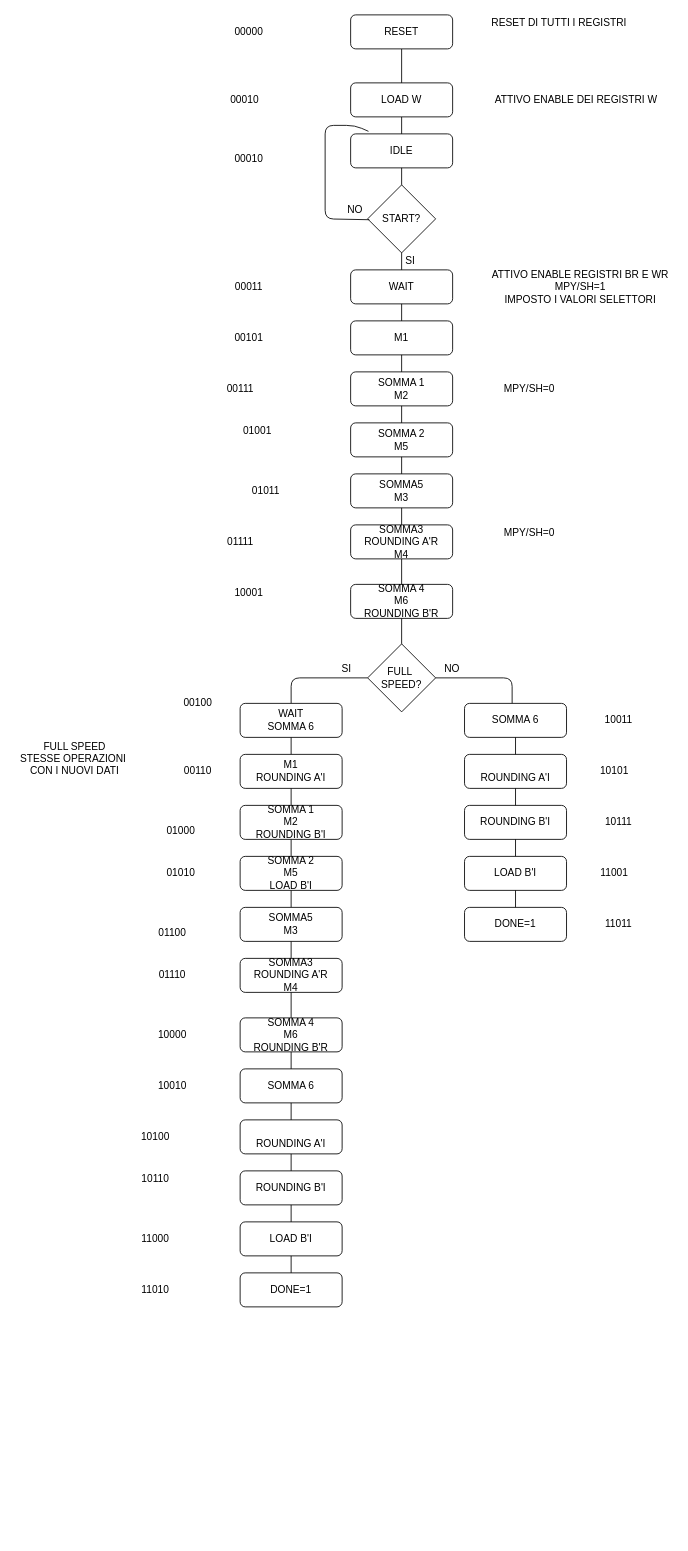
The draw.io diagram butterfly/drawio/pallogramma butterfly.drawio in wackozz/SDI_20_21, before the edit. Source tidied: cells renumbered, new cells numbered last; positions are measured from the earlier drawing's top-left corner, leaving out a move shared by most shapes. Both pictures are drawn from the tidied source at 85%, with x=0, y=0 at pixel (14, 14).
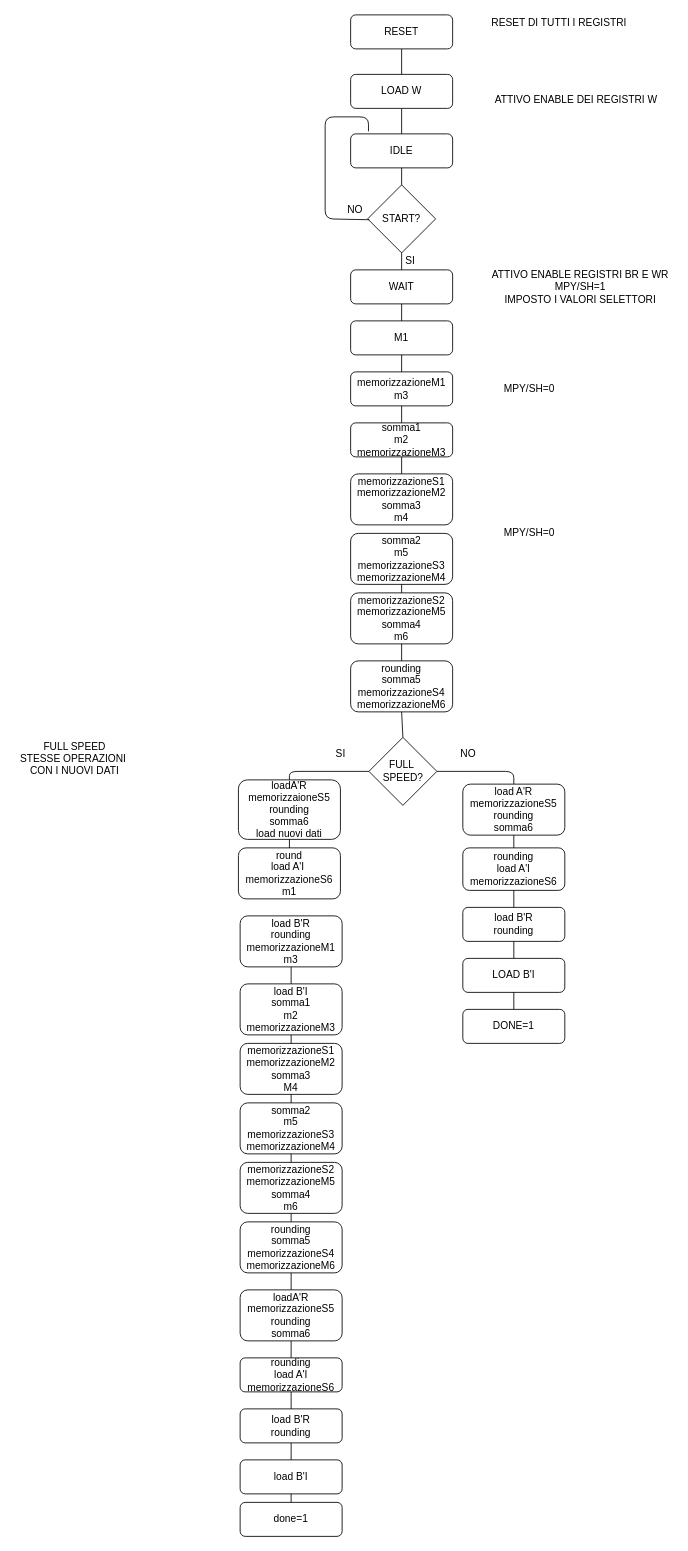
Above is the later version.

Unchanged cells that the change refers to:
```xml
<mxCell id="2" value="IDLE" style="rounded=1;whiteSpace=wrap;html=1;" parent="1" vertex="1">
  <mxGeometry x="395" y="140" width="120" height="40" as="geometry" />
</mxCell>
<mxCell id="5" value="NO" style="text;html=1;align=center;verticalAlign=middle;points=[];" parent="1" vertex="1">
  <mxGeometry x="385" y="220" width="30" height="20" as="geometry" />
</mxCell>
```

The edit, as a diff of the source:
```diff
@@
-    <mxCell id="12" value="SOMMA 1&lt;br&gt;M2" style="rounded=1;whiteSpace=wrap;html=1;" parent="1" vertex="1">
+    <mxCell id="12" value="memorizzazioneM1&lt;br&gt;m3" style="rounded=1;whiteSpace=wrap;html=1;" parent="1" vertex="1">
       <mxGeometry x="395" y="420" width="120" height="40" as="geometry" />
     </mxCell>
-    <mxCell id="13" value="SOMMA 2&lt;br&gt;M5" style="rounded=1;whiteSpace=wrap;html=1;" parent="1" vertex="1">
+    <mxCell id="13" value="somma1&lt;br&gt;m2&lt;br&gt;memorizzazioneM3" style="rounded=1;whiteSpace=wrap;html=1;" parent="1" vertex="1">
       <mxGeometry x="395" y="480" width="120" height="40" as="geometry" />
     </mxCell>
@@
-    <mxCell id="15" value="SOMMA5&lt;br&gt;M3" style="rounded=1;whiteSpace=wrap;html=1;" parent="1" vertex="1">
-      <mxGeometry x="395" y="540" width="120" height="40" as="geometry" />
+    <mxCell id="15" value="memorizzazioneS1&lt;br&gt;memorizzazioneM2&lt;br&gt;somma3&lt;br&gt;m4" style="rounded=1;whiteSpace=wrap;html=1;" parent="1" vertex="1">
+      <mxGeometry x="395" y="540" width="120" height="60" as="geometry" />
     </mxCell>
@@
-    <mxCell id="17" value="SOMMA3&lt;br&gt;ROUNDING A'R&lt;br&gt;M4" style="rounded=1;whiteSpace=wrap;html=1;" parent="1" vertex="1">
-      <mxGeometry x="395" y="600" width="120" height="40" as="geometry" />
+    <mxCell id="17" value="somma2&lt;br&gt;m5&lt;br&gt;memorizzazioneS3&lt;br&gt;memorizzazioneM4" style="rounded=1;whiteSpace=wrap;html=1;" parent="1" vertex="1">
+      <mxGeometry x="395" y="610" width="120" height="60" as="geometry" />
     </mxCell>
@@
-    <mxCell id="19" value="SOMMA 4&lt;br&gt;M6&lt;br&gt;ROUNDING B'R" style="rounded=1;whiteSpace=wrap;html=1;" parent="1" vertex="1">
-      <mxGeometry x="395" y="670" width="120" height="40" as="geometry" />
+    <mxCell id="19" value="memorizzazioneS2&lt;br&gt;memorizzazioneM5&lt;br&gt;somma4&lt;br&gt;m6" style="rounded=1;whiteSpace=wrap;html=1;" parent="1" vertex="1">
+      <mxGeometry x="395" y="680" width="120" height="60" as="geometry" />
     </mxCell>
@@
-    <mxCell id="21" style="endArrow=none;html=1;exitX=0.5;exitY=1;exitDx=0;exitDy=0;" parent="1" edge="1" source="19" target="22">
-      <mxGeometry relative="1" as="geometry" />
-    </mxCell>
     <mxCell id="22" value="FULL&amp;nbsp;&lt;br&gt;SPEED?" style="rhombus;whiteSpace=wrap;html=1;" parent="1" vertex="1">
-      <mxGeometry x="415" y="740" width="80" height="80" as="geometry" />
+      <mxGeometry x="416.5" y="850" width="80" height="80" as="geometry" />
     </mxCell>
-    <mxCell id="23" style="endArrow=none;html=1;entryX=0;entryY=0.5;entryDx=0;entryDy=0;" parent="1" edge="1" target="22">
+    <mxCell id="23" style="endArrow=none;html=1;entryX=0;entryY=0.5;entryDx=0;entryDy=0;exitX=0.5;exitY=0;exitDx=0;exitDy=0;" parent="1" edge="1" source="27" target="22">
       <mxGeometry relative="1" as="geometry">
-        <mxPoint x="325" y="810" as="sourcePoint" />
         <Array as="points">
-          <mxPoint x="325" y="780" />
+          <mxPoint x="323" y="890" />
         </Array>
       </mxGeometry>
     </mxCell>
-    <mxCell id="24" style="endArrow=none;html=1;exitX=1;exitY=0.5;exitDx=0;exitDy=0;" parent="1" edge="1" source="22">
+    <mxCell id="24" style="endArrow=none;html=1;exitX=1;exitY=0.5;exitDx=0;exitDy=0;entryX=0.5;entryY=0;entryDx=0;entryDy=0;" parent="1" edge="1" source="22" target="40">
       <mxGeometry relative="1" as="geometry">
-        <mxPoint x="585" y="810" as="targetPoint" />
         <Array as="points">
-          <mxPoint x="585" y="780" />
+          <mxPoint x="587" y="890" />
         </Array>
       </mxGeometry>
     </mxCell>
     <mxCell id="25" value="SI" style="text;html=1;align=center;verticalAlign=middle;" parent="1" vertex="1">
-      <mxGeometry x="375" y="760" width="30" height="20" as="geometry" />
+      <mxGeometry x="368" y="860" width="30" height="20" as="geometry" />
     </mxCell>
     <mxCell id="26" value="NO" style="text;html=1;align=center;verticalAlign=middle;" parent="1" vertex="1">
-      <mxGeometry x="499" y="760" width="30" height="20" as="geometry" />
+      <mxGeometry x="518" y="860" width="30" height="20" as="geometry" />
     </mxCell>
-    <mxCell id="27" value="WAIT&lt;br&gt;SOMMA 6" style="rounded=1;whiteSpace=wrap;html=1;" parent="1" vertex="1">
-      <mxGeometry x="265" y="810" width="120" height="40" as="geometry" />
+    <mxCell id="27" value="loadA'R&lt;br&gt;memorizzaioneS5&lt;br&gt;rounding&lt;br&gt;somma6&lt;br&gt;load nuovi dati" style="rounded=1;whiteSpace=wrap;html=1;" parent="1" vertex="1">
+      <mxGeometry x="263" y="900" width="120" height="70" as="geometry" />
     </mxCell>
-    <mxCell id="28" style="endArrow=none;html=1;entryX=0.5;entryY=1;entryDx=0;entryDy=0;" parent="1" edge="1" target="27">
+    <mxCell id="28" style="endArrow=none;html=1;entryX=0.5;entryY=1;entryDx=0;entryDy=0;" parent="1" edge="1">
       <mxGeometry relative="1" as="geometry">
-        <mxPoint x="325" y="870" as="sourcePoint" />
+        <mxPoint x="323" y="990" as="sourcePoint" />
+        <mxPoint x="323" y="970" as="targetPoint" />
       </mxGeometry>
     </mxCell>
-    <mxCell id="29" value="M1&lt;br&gt;ROUNDING A'I" style="rounded=1;whiteSpace=wrap;html=1;" parent="1" vertex="1">
-      <mxGeometry x="265" y="870" width="120" height="40" as="geometry" />
+    <mxCell id="29" value="round&lt;br&gt;load A'I&amp;nbsp;&lt;br&gt;memorizzazioneS6&lt;br&gt;m1" style="rounded=1;whiteSpace=wrap;html=1;" parent="1" vertex="1">
+      <mxGeometry x="263" y="980" width="120" height="60" as="geometry" />
     </mxCell>
-    <mxCell id="30" style="endArrow=none;html=1;exitX=0.5;exitY=1;exitDx=0;exitDy=0;" parent="1" edge="1" source="29">
-      <mxGeometry relative="1" as="geometry">
-        <mxPoint x="325" y="930" as="targetPoint" />
-      </mxGeometry>
-    </mxCell>
-    <mxCell id="31" value="SOMMA 1&lt;br&gt;M2&lt;br&gt;ROUNDING B'I" style="rounded=1;whiteSpace=wrap;html=1;" parent="1" vertex="1">
-      <mxGeometry x="265" y="930" width="120" height="40" as="geometry" />
+    <mxCell id="31" value="load B'R&lt;br&gt;rounding&lt;br&gt;memorizzazioneM1&lt;br&gt;m3" style="rounded=1;whiteSpace=wrap;html=1;" parent="1" vertex="1">
+      <mxGeometry x="265" y="1060" width="120" height="60" as="geometry" />
     </mxCell>
-    <mxCell id="32" value="SOMMA 2&lt;br&gt;M5&lt;br&gt;LOAD B'I" style="rounded=1;whiteSpace=wrap;html=1;" parent="1" vertex="1">
-      <mxGeometry x="265" y="990" width="120" height="40" as="geometry" />
+    <mxCell id="32" value="load B'I&lt;br&gt;somma1&lt;br&gt;m2&lt;br&gt;memorizzazioneM3" style="rounded=1;whiteSpace=wrap;html=1;" parent="1" vertex="1">
+      <mxGeometry x="265" y="1140" width="120" height="60" as="geometry" />
     </mxCell>
     <mxCell id="33" style="endArrow=none;html=1;entryX=0.5;entryY=1;entryDx=0;entryDy=0;" parent="1" edge="1" target="32">
       <mxGeometry relative="1" as="geometry">
-        <mxPoint x="325" y="1050" as="sourcePoint" />
+        <mxPoint x="325" y="1270" as="sourcePoint" />
       </mxGeometry>
     </mxCell>
-    <mxCell id="34" value="SOMMA5&lt;br&gt;M3" style="rounded=1;whiteSpace=wrap;html=1;" parent="1" vertex="1">
-      <mxGeometry x="265" y="1050" width="120" height="40" as="geometry" />
+    <mxCell id="34" value="memorizzazioneS1&lt;br&gt;memorizzazioneM2&lt;br&gt;somma3&lt;br&gt;M4" style="rounded=1;whiteSpace=wrap;html=1;" parent="1" vertex="1">
+      <mxGeometry x="265" y="1210" width="120" height="60" as="geometry" />
     </mxCell>
     <mxCell id="35" style="endArrow=none;html=1;exitX=0.5;exitY=1;exitDx=0;exitDy=0;" parent="1" edge="1" source="34">
       <mxGeometry relative="1" as="geometry">
-        <mxPoint x="325" y="1110" as="targetPoint" />
+        <mxPoint x="325" y="1330" as="targetPoint" />
       </mxGeometry>
     </mxCell>
-    <mxCell id="36" value="SOMMA3&lt;br&gt;ROUNDING A'R&lt;br&gt;M4" style="rounded=1;whiteSpace=wrap;html=1;" parent="1" vertex="1">
-      <mxGeometry x="265" y="1110" width="120" height="40" as="geometry" />
+    <mxCell id="36" value="somma2&lt;br&gt;m5&lt;br&gt;memorizzazioneS3&lt;br&gt;memorizzazioneM4" style="rounded=1;whiteSpace=wrap;html=1;" parent="1" vertex="1">
+      <mxGeometry x="265" y="1280" width="120" height="60" as="geometry" />
     </mxCell>
@@
-    <mxCell id="38" value="SOMMA 4&lt;br&gt;M6&lt;br&gt;ROUNDING B'R" style="rounded=1;whiteSpace=wrap;html=1;" parent="1" vertex="1">
-      <mxGeometry x="265" y="1180" width="120" height="40" as="geometry" />
+    <mxCell id="38" value="memorizzazioneS2&lt;br&gt;memorizzazioneM5&lt;br&gt;somma4&lt;br&gt;m6" style="rounded=1;whiteSpace=wrap;html=1;" parent="1" vertex="1">
+      <mxGeometry x="265" y="1350" width="120" height="60" as="geometry" />
     </mxCell>
@@
-    <mxCell id="40" value="SOMMA 6" style="rounded=1;whiteSpace=wrap;html=1;" parent="1" vertex="1">
-      <mxGeometry x="529" y="810" width="120" height="40" as="geometry" />
+    <mxCell id="40" value="load A'R&lt;br&gt;memorizzazioneS5&lt;br&gt;rounding&lt;br&gt;somma6" style="rounded=1;whiteSpace=wrap;html=1;" parent="1" vertex="1">
+      <mxGeometry x="527" y="905" width="120" height="60" as="geometry" />
     </mxCell>
-    <mxCell id="41" value="&lt;br&gt;ROUNDING A'I" style="rounded=1;whiteSpace=wrap;html=1;" parent="1" vertex="1">
-      <mxGeometry x="529" y="870" width="120" height="40" as="geometry" />
+    <mxCell id="41" value="rounding&lt;br&gt;load A'I&lt;br&gt;memorizzazioneS6&lt;br&gt;" style="rounded=1;whiteSpace=wrap;html=1;" parent="1" vertex="1">
+      <mxGeometry x="527" y="980" width="120" height="50" as="geometry" />
     </mxCell>
@@
-    <mxCell id="43" style="endArrow=none;html=1;exitX=0.5;exitY=1;exitDx=0;exitDy=0;" parent="1" edge="1" source="38">
+    <mxCell id="43" style="endArrow=none;html=1;exitX=0.5;exitY=1;exitDx=0;exitDy=0;" parent="1" edge="1" source="59">
       <mxGeometry relative="1" as="geometry">
-        <mxPoint x="325" y="1240" as="targetPoint" />
+        <mxPoint x="325" y="1460" as="targetPoint" />
       </mxGeometry>
     </mxCell>
-    <mxCell id="44" value="ROUNDING B'I" style="rounded=1;whiteSpace=wrap;html=1;" parent="1" vertex="1">
-      <mxGeometry x="529" y="930" width="120" height="40" as="geometry" />
+    <mxCell id="44" value="load B'R&lt;br&gt;rounding" style="rounded=1;whiteSpace=wrap;html=1;" parent="1" vertex="1">
+      <mxGeometry x="527" y="1050" width="120" height="40" as="geometry" />
     </mxCell>
@@
-    <mxCell id="51" style="endArrow=none;html=1;exitX=0.5;exitY=0;exitDx=0;exitDy=0;" parent="1" edge="1" source="2">
-      <mxGeometry relative="1" as="geometry">
-        <mxPoint x="455" y="120" as="targetPoint" />
-      </mxGeometry>
+    <mxCell id="51" style="endArrow=none;html=1;exitX=0.5;exitY=0;exitDx=0;exitDy=0;entryX=0.5;entryY=1;entryDx=0;entryDy=0;" parent="1" edge="1" source="2" target="52">
+      <mxGeometry relative="1" as="geometry" />
     </mxCell>
     <mxCell id="52" value="LOAD W" style="rounded=1;whiteSpace=wrap;html=1;" parent="1" vertex="1">
-      <mxGeometry x="395" y="80" width="120" height="40" as="geometry" />
+      <mxGeometry x="395" y="70" width="120" height="40" as="geometry" />
     </mxCell>
@@
     <mxCell id="55" style="endArrow=none;html=1;entryX=0.5;entryY=1;entryDx=0;entryDy=0;" parent="1" edge="1" target="44">
       <mxGeometry relative="1" as="geometry">
-        <mxPoint x="589" y="990" as="sourcePoint" />
+        <mxPoint x="587" y="1110" as="sourcePoint" />
       </mxGeometry>
     </mxCell>
     <mxCell id="56" value="LOAD B'I" style="rounded=1;whiteSpace=wrap;html=1;" parent="1" vertex="1">
-      <mxGeometry x="529" y="990" width="120" height="40" as="geometry" />
+      <mxGeometry x="527" y="1110" width="120" height="40" as="geometry" />
     </mxCell>
     <mxCell id="57" style="endArrow=none;html=1;entryX=0.5;entryY=1;entryDx=0;entryDy=0;" parent="1" edge="1" target="56">
       <mxGeometry relative="1" as="geometry">
-        <mxPoint x="589" y="1050" as="sourcePoint" />
+        <mxPoint x="587" y="1170" as="sourcePoint" />
       </mxGeometry>
     </mxCell>
     <mxCell id="58" value="DONE=1" style="rounded=1;whiteSpace=wrap;html=1;" parent="1" vertex="1">
-      <mxGeometry x="529" y="1050" width="120" height="40" as="geometry" />
+      <mxGeometry x="527" y="1170" width="120" height="40" as="geometry" />
     </mxCell>
-    <mxCell id="59" value="SOMMA 6&lt;br&gt;" style="rounded=1;whiteSpace=wrap;html=1;" parent="1" vertex="1">
-      <mxGeometry x="265" y="1240" width="120" height="40" as="geometry" />
-    </mxCell>
-    <mxCell id="60" value="&lt;br&gt;ROUNDING A'I" style="rounded=1;whiteSpace=wrap;html=1;" parent="1" vertex="1">
-      <mxGeometry x="265" y="1300" width="120" height="40" as="geometry" />
+    <mxCell id="60" value="loadA'R&lt;br&gt;memorizzazioneS5&lt;br&gt;rounding&lt;br&gt;somma6" style="rounded=1;whiteSpace=wrap;html=1;" parent="1" vertex="1">
+      <mxGeometry x="265" y="1500" width="120" height="60" as="geometry" />
     </mxCell>
@@
-    <mxCell id="62" value="ROUNDING B'I" style="rounded=1;whiteSpace=wrap;html=1;" parent="1" vertex="1">
-      <mxGeometry x="265" y="1360" width="120" height="40" as="geometry" />
+    <mxCell id="62" value="rounding&lt;br&gt;load A'I&lt;br&gt;memorizzazioneS6" style="rounded=1;whiteSpace=wrap;html=1;" parent="1" vertex="1">
+      <mxGeometry x="265" y="1580" width="120" height="40" as="geometry" />
     </mxCell>
@@
     <mxCell id="64" style="endArrow=none;html=1;entryX=0.5;entryY=1;entryDx=0;entryDy=0;" parent="1" edge="1" target="62">
       <mxGeometry relative="1" as="geometry">
-        <mxPoint x="325" y="1420" as="sourcePoint" />
+        <mxPoint x="325" y="1640" as="sourcePoint" />
       </mxGeometry>
     </mxCell>
-    <mxCell id="65" value="LOAD B'I" style="rounded=1;whiteSpace=wrap;html=1;" parent="1" vertex="1">
-      <mxGeometry x="265" y="1420" width="120" height="40" as="geometry" />
+    <mxCell id="65" value="load B'R&lt;br&gt;rounding" style="rounded=1;whiteSpace=wrap;html=1;" parent="1" vertex="1">
+      <mxGeometry x="265" y="1640" width="120" height="40" as="geometry" />
     </mxCell>
     <mxCell id="66" style="endArrow=none;html=1;entryX=0.5;entryY=1;entryDx=0;entryDy=0;" parent="1" edge="1" target="65">
       <mxGeometry relative="1" as="geometry">
-        <mxPoint x="325" y="1480" as="sourcePoint" />
+        <mxPoint x="325" y="1700" as="sourcePoint" />
       </mxGeometry>
     </mxCell>
-    <mxCell id="67" value="DONE=1" style="rounded=1;whiteSpace=wrap;html=1;" parent="1" vertex="1">
-      <mxGeometry x="265" y="1480" width="120" height="40" as="geometry" />
+    <mxCell id="67" value="load B'I" style="rounded=1;whiteSpace=wrap;html=1;" parent="1" vertex="1">
+      <mxGeometry x="265" y="1700" width="120" height="40" as="geometry" />
     </mxCell>
@@
-    <mxCell id="69" value="00000" style="text;html=1;align=center;verticalAlign=middle;" parent="1" vertex="1">
-      <mxGeometry x="250" y="10" width="50" height="20" as="geometry" />
-    </mxCell>
-    <mxCell id="70" value="00010" style="text;html=1;align=center;verticalAlign=middle;" parent="1" vertex="1">
-      <mxGeometry x="245" y="90" width="50" height="20" as="geometry" />
-    </mxCell>
-    <mxCell id="71" value="00010" style="text;html=1;align=center;verticalAlign=middle;" parent="1" vertex="1">
-      <mxGeometry x="250" y="160" width="50" height="20" as="geometry" />
-    </mxCell>
-    <mxCell id="72" value="00011" style="text;html=1;align=center;verticalAlign=middle;" parent="1" vertex="1">
-      <mxGeometry x="250" y="310" width="50" height="20" as="geometry" />
-    </mxCell>
-    <mxCell id="73" value="00101" style="text;html=1;align=center;verticalAlign=middle;" parent="1" vertex="1">
-      <mxGeometry x="250" y="370" width="50" height="20" as="geometry" />
-    </mxCell>
     <mxCell id="74" style="endArrow=none;html=1;exitX=1.067;exitY=1.05;exitDx=0;exitDy=0;exitPerimeter=0;entryX=0.175;entryY=-0.075;entryDx=0;entryDy=0;entryPerimeter=0;" parent="1" edge="1" source="5" target="2">
       <mxGeometry relative="1" as="geometry">
         <Array as="points">
           <mxPoint x="365" y="240" />
-          <mxPoint x="365" y="130" />
-          <mxPoint x="400" y="130" />
+          <mxPoint x="365" y="120" />
+          <mxPoint x="416" y="120" />
         </Array>
       </mxGeometry>
     </mxCell>
-    <mxCell id="75" value="00111" style="text;html=1;align=center;verticalAlign=middle;" parent="1" vertex="1">
-      <mxGeometry x="240" y="430" width="50" height="20" as="geometry" />
-    </mxCell>
-    <mxCell id="76" value="01001" style="text;html=1;align=center;verticalAlign=middle;" parent="1" vertex="1">
-      <mxGeometry x="260" y="480" width="50" height="20" as="geometry" />
-    </mxCell>
-    <mxCell id="77" value="01011" style="text;html=1;align=center;verticalAlign=middle;" parent="1" vertex="1">
-      <mxGeometry x="270" y="550" width="50" height="20" as="geometry" />
-    </mxCell>
-    <mxCell id="78" value="01111" style="text;html=1;align=center;verticalAlign=middle;" parent="1" vertex="1">
-      <mxGeometry x="240" y="610" width="50" height="20" as="geometry" />
-    </mxCell>
-    <mxCell id="79" value="10001" style="text;html=1;align=center;verticalAlign=middle;" parent="1" vertex="1">
-      <mxGeometry x="250" y="670" width="50" height="20" as="geometry" />
-    </mxCell>
-    <mxCell id="80" value="10011" style="text;html=1;align=center;verticalAlign=middle;" parent="1" vertex="1">
-      <mxGeometry x="685" y="820" width="50" height="20" as="geometry" />
-    </mxCell>
-    <mxCell id="81" value="00100" style="text;html=1;align=center;verticalAlign=middle;" parent="1" vertex="1">
-      <mxGeometry x="190" y="800" width="50" height="20" as="geometry" />
-    </mxCell>
-    <mxCell id="82" value="10101" style="text;html=1;align=center;verticalAlign=middle;" parent="1" vertex="1">
-      <mxGeometry x="680" y="880" width="50" height="20" as="geometry" />
-    </mxCell>
-    <mxCell id="83" value="10111" style="text;html=1;align=center;verticalAlign=middle;" parent="1" vertex="1">
-      <mxGeometry x="685" y="940" width="50" height="20" as="geometry" />
-    </mxCell>
-    <mxCell id="84" value="11001" style="text;html=1;align=center;verticalAlign=middle;" parent="1" vertex="1">
-      <mxGeometry x="680" y="1000" width="50" height="20" as="geometry" />
-    </mxCell>
-    <mxCell id="85" value="11011" style="text;html=1;align=center;verticalAlign=middle;" parent="1" vertex="1">
-      <mxGeometry x="685" y="1060" width="50" height="20" as="geometry" />
-    </mxCell>
-    <mxCell id="86" value="00110" style="text;html=1;align=center;verticalAlign=middle;" parent="1" vertex="1">
-      <mxGeometry x="190" y="880" width="50" height="20" as="geometry" />
-    </mxCell>
-    <mxCell id="87" value="01000" style="text;html=1;align=center;verticalAlign=middle;" parent="1" vertex="1">
-      <mxGeometry x="170" y="950" width="50" height="20" as="geometry" />
-    </mxCell>
-    <mxCell id="88" value="01010" style="text;html=1;align=center;verticalAlign=middle;" parent="1" vertex="1">
-      <mxGeometry x="170" y="1000" width="50" height="20" as="geometry" />
-    </mxCell>
-    <mxCell id="89" value="01100" style="text;html=1;align=center;verticalAlign=middle;" parent="1" vertex="1">
-      <mxGeometry x="160" y="1070" width="50" height="20" as="geometry" />
-    </mxCell>
-    <mxCell id="90" value="01110" style="text;html=1;align=center;verticalAlign=middle;" parent="1" vertex="1">
-      <mxGeometry x="160" y="1120" width="50" height="20" as="geometry" />
-    </mxCell>
-    <mxCell id="91" value="10000" style="text;html=1;align=center;verticalAlign=middle;" parent="1" vertex="1">
-      <mxGeometry x="160" y="1190" width="50" height="20" as="geometry" />
-    </mxCell>
-    <mxCell id="92" value="10010" style="text;html=1;align=center;verticalAlign=middle;" parent="1" vertex="1">
-      <mxGeometry x="160" y="1250" width="50" height="20" as="geometry" />
-    </mxCell>
-    <mxCell id="93" value="10100" style="text;html=1;align=center;verticalAlign=middle;" parent="1" vertex="1">
-      <mxGeometry x="140" y="1310" width="50" height="20" as="geometry" />
-    </mxCell>
-    <mxCell id="94" value="10110" style="text;html=1;align=center;verticalAlign=middle;" parent="1" vertex="1">
-      <mxGeometry x="140" y="1360" width="50" height="20" as="geometry" />
-    </mxCell>
-    <mxCell id="95" value="11000" style="text;html=1;align=center;verticalAlign=middle;" parent="1" vertex="1">
-      <mxGeometry x="140" y="1430" width="50" height="20" as="geometry" />
-    </mxCell>
-    <mxCell id="96" value="11010" style="text;html=1;align=center;verticalAlign=middle;" parent="1" vertex="1">
-      <mxGeometry x="140" y="1490" width="50" height="20" as="geometry" />
-    </mxCell>
+    <mxCell id="97" value="rounding&lt;br&gt;somma5&lt;br&gt;memorizzazioneS4&lt;br&gt;memorizzazioneM6" style="rounded=1;whiteSpace=wrap;html=1;" parent="1" vertex="1">
+      <mxGeometry x="395" y="760" width="120" height="60" as="geometry" />
+    </mxCell>
+    <mxCell id="98" style="endArrow=none;html=1;entryX=0.5;entryY=1;entryDx=0;entryDy=0;exitX=0.5;exitY=0;exitDx=0;exitDy=0;" parent="1" edge="1" source="97" target="19">
+      <mxGeometry relative="1" as="geometry" />
+    </mxCell>
+    <mxCell id="99" style="endArrow=none;html=1;entryX=0.5;entryY=1;entryDx=0;entryDy=0;exitX=0.5;exitY=0;exitDx=0;exitDy=0;" parent="1" edge="1" source="22" target="97">
+      <mxGeometry relative="1" as="geometry" />
+    </mxCell>
+    <mxCell id="59" value="rounding&lt;br&gt;somma5&lt;br&gt;memorizzazioneS4&lt;br&gt;memorizzazioneM6" style="rounded=1;whiteSpace=wrap;html=1;" parent="1" vertex="1">
+      <mxGeometry x="265" y="1420" width="120" height="60" as="geometry" />
+    </mxCell>
+    <mxCell id="100" style="endArrow=none;html=1;exitX=0.5;exitY=1;exitDx=0;exitDy=0;" parent="1" edge="1" source="38" target="59">
+      <mxGeometry relative="1" as="geometry" />
+    </mxCell>
+    <mxCell id="101" value="done=1" style="rounded=1;whiteSpace=wrap;html=1;" parent="1" vertex="1">
+      <mxGeometry x="265" y="1750" width="120" height="40" as="geometry" />
+    </mxCell>
+    <mxCell id="102" style="endArrow=none;html=1;entryX=0.5;entryY=1;entryDx=0;entryDy=0;exitX=0.5;exitY=0;exitDx=0;exitDy=0;" parent="1" edge="1" source="101" target="67">
+      <mxGeometry relative="1" as="geometry" />
+    </mxCell>
```
